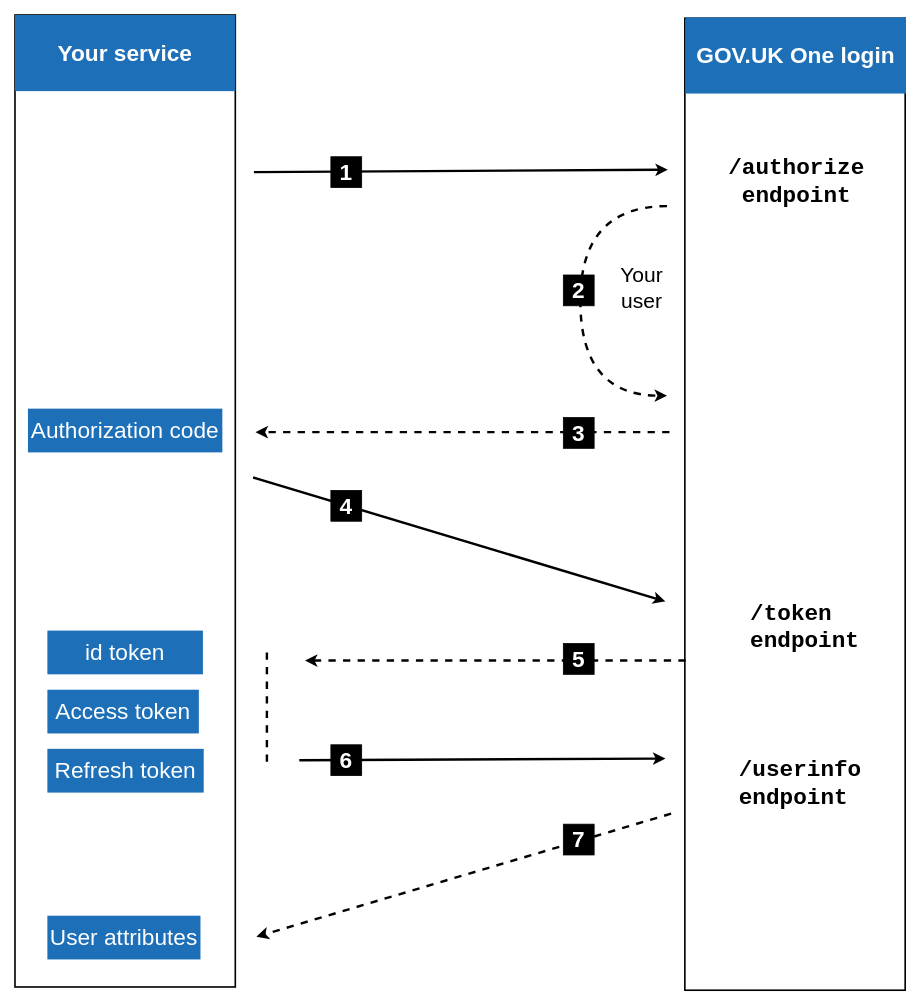
govuk-one-login/tech-docs keeps this draw.io diagram as source/images/originals/technical-flow-diagram.drawio. Above is the earlier version. Source tidied: cells renumbered, new cells numbered last; positions are measured from the earlier drawing's top-left corner, leaving out a move shared by most shapes. Both pictures are drawn from the tidied source at 81%, with x=0, y=0 at pixel (15, 15).
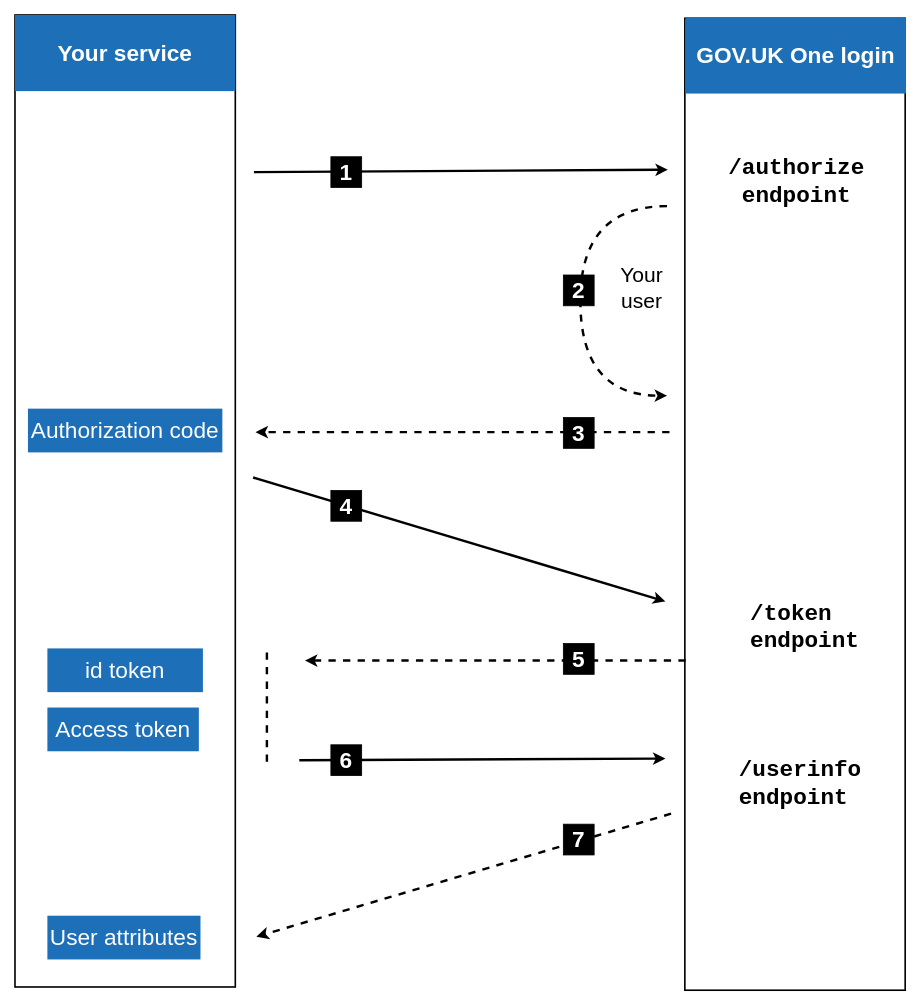
Above is the later version.

Commit message (it also covers changes not shown here):
remove references to the refresh token

The edit, as a diff of the source:
```diff
@@
     <mxCell id="6" value="id token" style="rounded=0;whiteSpace=wrap;html=1;strokeWidth=2;fillColor=#1D70B8;fontSize=28;fontColor=#FFFFFF;strokeColor=none;" parent="1" vertex="1">
-      <mxGeometry x="40" y="760" width="192" height="54" as="geometry" />
+      <mxGeometry x="40" y="782" width="192" height="54" as="geometry" />
     </mxCell>
     <mxCell id="7" value="Access token" style="rounded=0;whiteSpace=wrap;html=1;strokeWidth=2;fillColor=#1D70B8;fontSize=28;fontColor=#FFFFFF;strokeColor=none;" parent="1" vertex="1">
-      <mxGeometry x="40" y="833" width="187" height="54" as="geometry" />
+      <mxGeometry x="40" y="855" width="187" height="54" as="geometry" />
     </mxCell>
-    <mxCell id="8" value="Refresh token" style="rounded=0;whiteSpace=wrap;html=1;strokeWidth=2;fillColor=#1D70B8;fontSize=28;fontColor=#FFFFFF;strokeColor=none;" parent="1" vertex="1">
-      <mxGeometry x="40" y="906" width="193" height="54" as="geometry" />
-    </mxCell>
```
